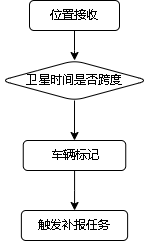
Above: 809数据跨度.drawio.png in xktder/draw (draw.io), before the change. Source tidied: cells renumbered, new cells last; positions are measured from the earlier drawing's top-left corner, leaving out a move shared by most shapes. The source it was exported from:
```xml
<mxGraphModel>
  <root>
    <mxCell id="0" />
    <mxCell id="1" parent="0" />
    <mxCell id="2" style="edgeStyle=orthogonalEdgeStyle;rounded=0;jettySize=auto;html=1;" parent="1" edge="1" source="3" target="5">
      <mxGeometry relative="1" as="geometry" />
    </mxCell>
    <mxCell id="3" value="位置接收" style="rounded=1;whiteSpace=wrap;html=1;" parent="1" vertex="1">
      <mxGeometry x="29" width="90" height="30" as="geometry" />
    </mxCell>
    <mxCell id="4" style="edgeStyle=orthogonalEdgeStyle;rounded=0;jettySize=auto;html=1;" parent="1" edge="1" source="5" target="7">
      <mxGeometry relative="1" as="geometry" />
    </mxCell>
    <mxCell id="5" value="卫星时间是否跨度" style="rhombus;whiteSpace=wrap;html=1;rounded=1;" parent="1" vertex="1">
      <mxGeometry x="0.3" y="60" width="147.5" height="40" as="geometry" />
    </mxCell>
    <mxCell id="6" style="edgeStyle=orthogonalEdgeStyle;rounded=0;jettySize=auto;html=1;" parent="1" edge="1" source="7" target="8">
      <mxGeometry relative="1" as="geometry" />
    </mxCell>
    <mxCell id="7" value="车辆标记" style="whiteSpace=wrap;html=1;rounded=1;" parent="1" vertex="1">
      <mxGeometry x="22.8" y="140" width="102.5" height="30" as="geometry" />
    </mxCell>
    <mxCell id="8" value="触发补报任务" style="whiteSpace=wrap;html=1;rounded=1;" parent="1" vertex="1">
      <mxGeometry x="20.9" y="210" width="106.2" height="30" as="geometry" />
    </mxCell>
  </root>
</mxGraphModel>
```
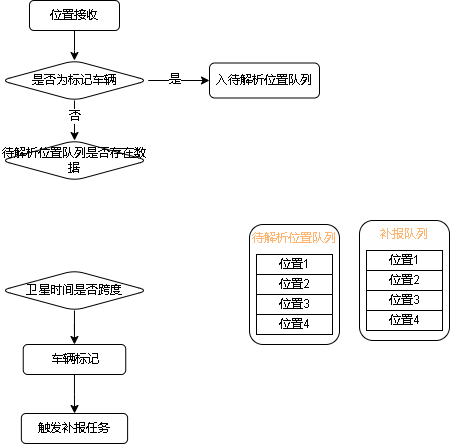
The same file after the commit.

Commit message:
更新809数据跨度.drawio.png

What changed in the source:
```diff
@@ -2,9 +2,9 @@
   <root>
     <mxCell id="0" />
     <mxCell id="1" parent="0" />
-    <mxCell id="2" style="edgeStyle=orthogonalEdgeStyle;rounded=0;jettySize=auto;html=1;" parent="1" edge="1" source="3" target="5">
-      <mxGeometry relative="1" as="geometry" />
-    </mxCell>
+    <mxCell id="9" style="edgeStyle=orthogonalEdgeStyle;rounded=0;jettySize=auto;html=1;" parent="1" edge="1" source="3" target="14">
+      <mxGeometry relative="1" as="geometry" />
+    </mxCell>
     <mxCell id="3" value="位置接收" style="rounded=1;whiteSpace=wrap;html=1;" parent="1" vertex="1">
       <mxGeometry x="29" width="90" height="30" as="geometry" />
     </mxCell>
@@ -12,16 +12,73 @@
       <mxGeometry relative="1" as="geometry" />
     </mxCell>
     <mxCell id="5" value="卫星时间是否跨度" style="rhombus;whiteSpace=wrap;html=1;rounded=1;" parent="1" vertex="1">
-      <mxGeometry x="0.3" y="60" width="147.5" height="40" as="geometry" />
+      <mxGeometry x="0.2" y="270" width="147.5" height="40" as="geometry" />
     </mxCell>
     <mxCell id="6" style="edgeStyle=orthogonalEdgeStyle;rounded=0;jettySize=auto;html=1;" parent="1" edge="1" source="7" target="8">
       <mxGeometry relative="1" as="geometry" />
     </mxCell>
     <mxCell id="7" value="车辆标记" style="whiteSpace=wrap;html=1;rounded=1;" parent="1" vertex="1">
-      <mxGeometry x="22.8" y="140" width="102.5" height="30" as="geometry" />
+      <mxGeometry x="22.7" y="344" width="102.5" height="30" as="geometry" />
     </mxCell>
     <mxCell id="8" value="触发补报任务" style="whiteSpace=wrap;html=1;rounded=1;" parent="1" vertex="1">
-      <mxGeometry x="20.9" y="210" width="106.2" height="30" as="geometry" />
+      <mxGeometry x="20.9" y="413" width="106.2" height="30" as="geometry" />
     </mxCell>
+    <mxCell id="10" style="edgeStyle=orthogonalEdgeStyle;rounded=0;jettySize=auto;html=1;" parent="1" edge="1" source="14" target="16">
+      <mxGeometry relative="1" as="geometry" />
+    </mxCell>
+    <mxCell id="11" value="否" style="edgeLabel;html=1;align=center;verticalAlign=middle;" parent="10" vertex="1">
+      <mxGeometry x="-0.22" relative="1" as="geometry" />
+    </mxCell>
+    <mxCell id="12" style="edgeStyle=orthogonalEdgeStyle;rounded=0;jettySize=auto;html=1;" parent="1" edge="1" source="14" target="15">
+      <mxGeometry relative="1" as="geometry" />
+    </mxCell>
+    <mxCell id="13" value="是" style="edgeLabel;html=1;align=center;verticalAlign=middle;" parent="12" vertex="1">
+      <mxGeometry x="-0.16" y="1" relative="1" as="geometry" />
+    </mxCell>
+    <mxCell id="14" value="是否为标记车辆" style="rhombus;whiteSpace=wrap;html=1;rounded=1;" parent="1" vertex="1">
+      <mxGeometry x="0.2" y="60" width="147.5" height="40" as="geometry" />
+    </mxCell>
+    <mxCell id="15" value="入待解析位置队列" style="whiteSpace=wrap;html=1;rounded=1;" parent="1" vertex="1">
+      <mxGeometry x="209" y="62.5" width="110" height="35" as="geometry" />
+    </mxCell>
+    <mxCell id="16" value="待解析位置队列是否存在数据" style="rhombus;whiteSpace=wrap;html=1;rounded=1;" parent="1" vertex="1">
+      <mxGeometry x="0.2" y="140" width="147.5" height="40" as="geometry" />
+    </mxCell>
+    <mxCell id="17" style="group;" parent="1" vertex="1">
+      <mxGeometry x="249" y="224" width="90" height="120" as="geometry" />
+    </mxCell>
+    <mxCell id="18" value="&lt;font color=&quot;#ffb570&quot;&gt;待解析位置队列&lt;/font&gt;" style="rounded=1;whiteSpace=wrap;html=1;verticalAlign=top;" parent="17" vertex="1">
+      <mxGeometry width="90" height="120" as="geometry" />
+    </mxCell>
+    <mxCell id="19" value="&lt;font color=&quot;#000000&quot;&gt;位置1&lt;/font&gt;" style="rounded=0;whiteSpace=wrap;html=1;fontColor=#FFB570;" parent="17" vertex="1">
+      <mxGeometry x="7" y="30" width="76" height="20" as="geometry" />
+    </mxCell>
+    <mxCell id="20" value="&lt;font color=&quot;#000000&quot;&gt;位置2&lt;/font&gt;" style="rounded=0;whiteSpace=wrap;html=1;fontColor=#FFB570;" parent="17" vertex="1">
+      <mxGeometry x="7" y="50" width="76" height="20" as="geometry" />
+    </mxCell>
+    <mxCell id="21" value="&lt;font color=&quot;#000000&quot;&gt;位置3&lt;/font&gt;" style="rounded=0;whiteSpace=wrap;html=1;fontColor=#FFB570;" parent="17" vertex="1">
+      <mxGeometry x="7" y="70" width="76" height="20" as="geometry" />
+    </mxCell>
+    <mxCell id="22" value="&lt;font color=&quot;#000000&quot;&gt;位置4&lt;/font&gt;" style="rounded=0;whiteSpace=wrap;html=1;fontColor=#FFB570;" parent="17" vertex="1">
+      <mxGeometry x="7" y="90" width="76" height="20" as="geometry" />
+    </mxCell>
+    <mxCell id="23" style="group;" parent="1" vertex="1">
+      <mxGeometry x="359" y="220" width="90" height="120" as="geometry" />
+    </mxCell>
+    <mxCell id="24" value="&lt;font color=&quot;#ffb570&quot;&gt;补报队列&lt;/font&gt;" style="rounded=1;whiteSpace=wrap;html=1;verticalAlign=top;" parent="23" vertex="1">
+      <mxGeometry width="90" height="120" as="geometry" />
+    </mxCell>
+    <mxCell id="25" value="&lt;font color=&quot;#000000&quot;&gt;位置1&lt;/font&gt;" style="rounded=0;whiteSpace=wrap;html=1;fontColor=#FFB570;" parent="23" vertex="1">
+      <mxGeometry x="7" y="30" width="76" height="20" as="geometry" />
+    </mxCell>
+    <mxCell id="26" value="&lt;font color=&quot;#000000&quot;&gt;位置2&lt;/font&gt;" style="rounded=0;whiteSpace=wrap;html=1;fontColor=#FFB570;" parent="23" vertex="1">
+      <mxGeometry x="7" y="50" width="76" height="20" as="geometry" />
+    </mxCell>
+    <mxCell id="27" value="&lt;font color=&quot;#000000&quot;&gt;位置3&lt;/font&gt;" style="rounded=0;whiteSpace=wrap;html=1;fontColor=#FFB570;" parent="23" vertex="1">
+      <mxGeometry x="7" y="70" width="76" height="20" as="geometry" />
+    </mxCell>
+    <mxCell id="28" value="&lt;font color=&quot;#000000&quot;&gt;位置4&lt;/font&gt;" style="rounded=0;whiteSpace=wrap;html=1;fontColor=#FFB570;" parent="23" vertex="1">
+      <mxGeometry x="7" y="90" width="76" height="20" as="geometry" />
+    </mxCell>
   </root>
 </mxGraphModel>
```
